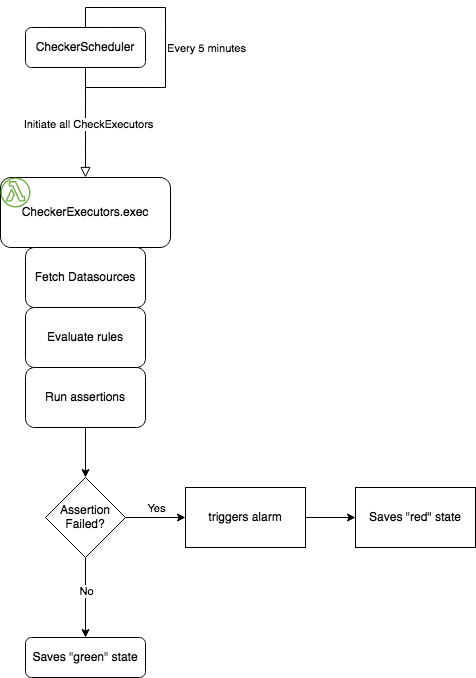
Earlier version of the draw.io export overview.png (era/malleable-checker). Source tidied: cells renumbered, new cells last; positions are measured from the earlier drawing's top-left corner, leaving out a move shared by most shapes.
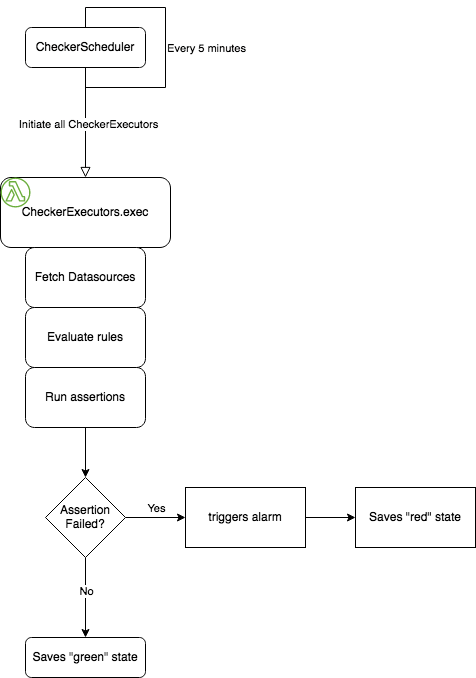
The same diagram one commit later.

The edit, as a diff of the source:
```diff
@@ -5,7 +5,7 @@
     <mxCell id="2" style="rounded=0;html=1;jettySize=auto;fontSize=11;endArrow=block;endFill=0;endSize=8;strokeWidth=1;shadow=0;labelBackgroundColor=none;edgeStyle=orthogonalEdgeStyle;entryX=0.5;entryY=0;entryDx=0;entryDy=0;" parent="1" edge="1" source="6" target="8">
       <mxGeometry relative="1" as="geometry" />
     </mxCell>
-    <mxCell id="3" value="Initiate all CheckExecutors" style="edgeLabel;html=1;align=center;verticalAlign=middle;" parent="2" vertex="1">
+    <mxCell id="3" value="Initiate all CheckerExecutors" style="edgeLabel;html=1;align=center;verticalAlign=middle;" parent="2" vertex="1">
       <mxGeometry x="0.02" y="2" relative="1" as="geometry" />
     </mxCell>
     <mxCell id="4" style="edgeStyle=orthogonalEdgeStyle;rounded=0;orthogonalLoop=1;jettySize=auto;html=1;entryX=0.5;entryY=0;entryDx=0;entryDy=0;" parent="1" edge="1" source="6" target="6">
```
